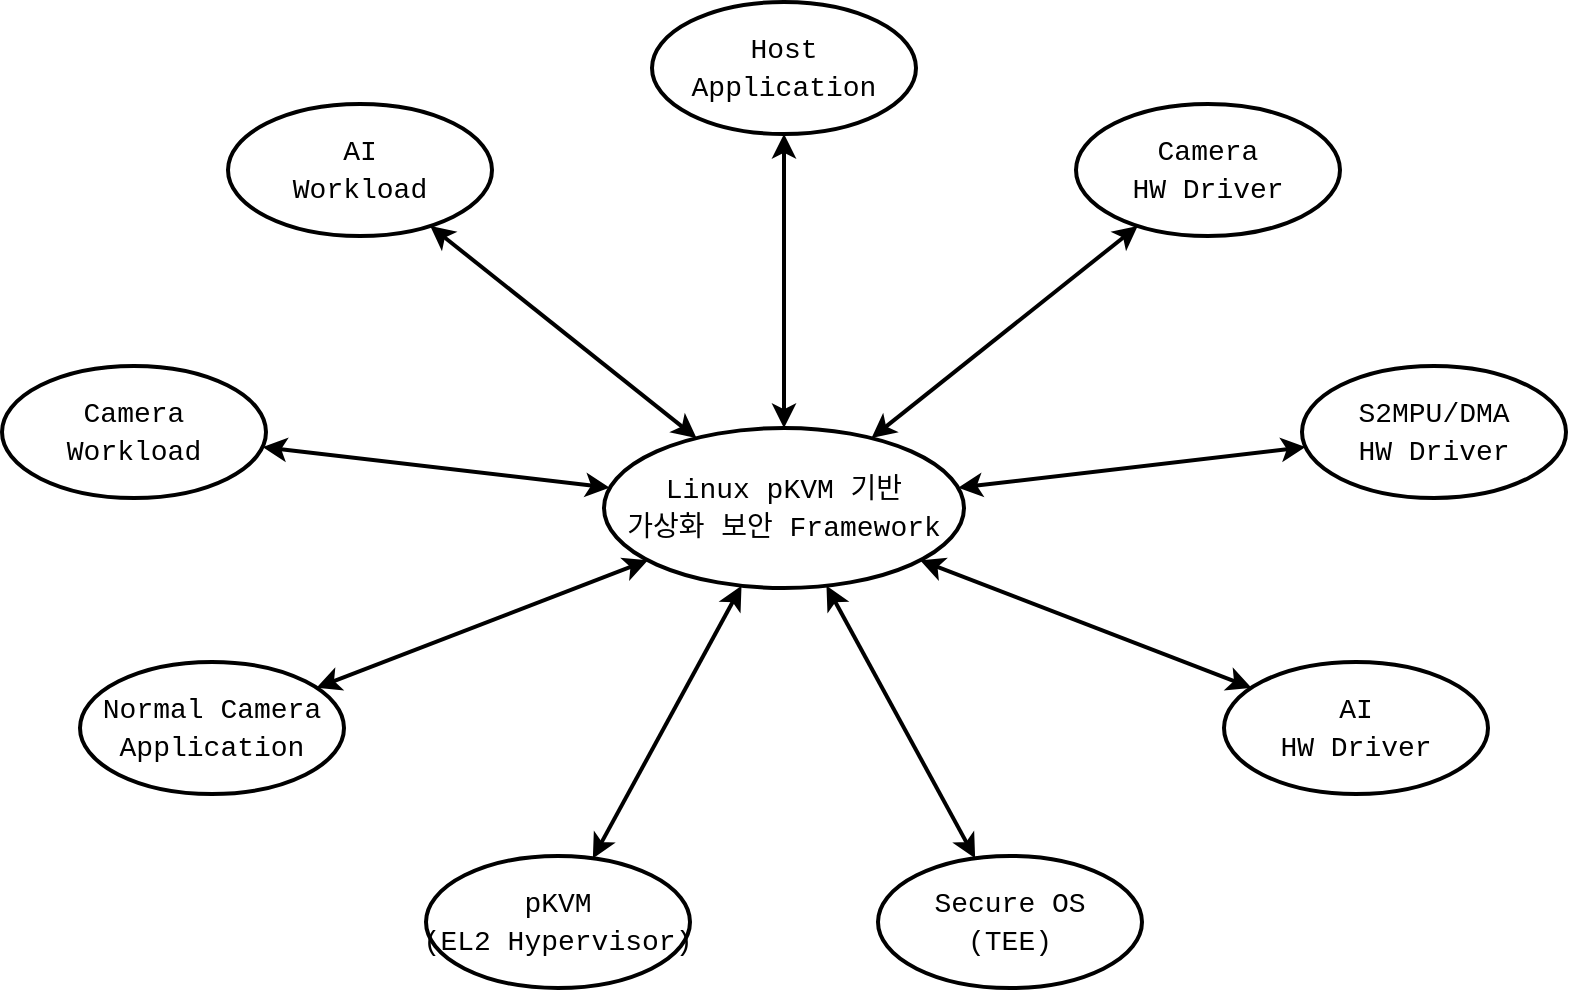
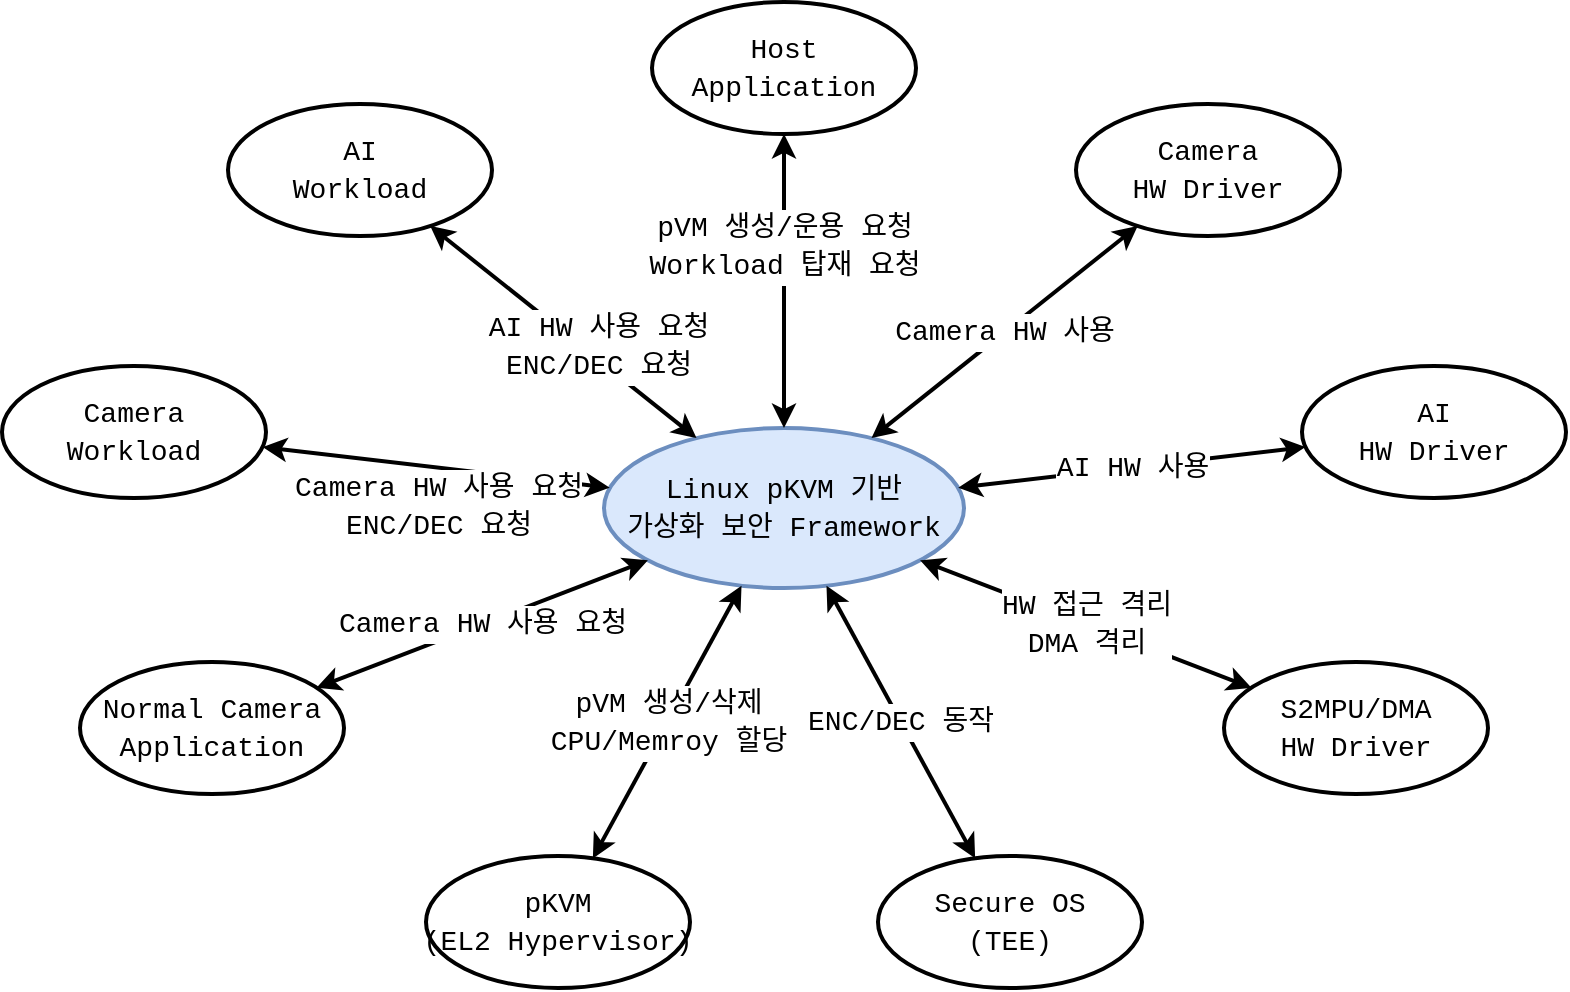
<mxfile host="Electron">
  <diagram name="페이지-1" id="O1gHUZku-QY6lvIbZebq">
-     <mxGraphModel dx="1030" dy="626" grid="1" gridSize="10" guides="1" tooltips="1" connect="1" arrows="1" fold="1" page="1" pageScale="1" pageWidth="827" pageHeight="1169" math="0" shadow="0">
+     <mxGraphModel dx="1857" dy="626" grid="1" gridSize="10" guides="1" tooltips="1" connect="1" arrows="1" fold="1" page="1" pageScale="1" pageWidth="827" pageHeight="1169" math="0" shadow="0">
      <root>
        <mxCell id="0" />
        <mxCell id="1" parent="0" />
-         <mxCell id="b8AGkRVXFjh6VU3dhigz-20" parent="1" style="ellipse;whiteSpace=wrap;html=1;fontColor=#000000;labelBackgroundColor=none;strokeWidth=2;" value="&lt;div style=&quot;font-family: Consolas, &amp;quot;Courier New&amp;quot;, monospace; font-size: 14px; line-height: 19px; white-space: pre;&quot;&gt;&lt;span style=&quot;&quot;&gt;Linux pKVM 기반&lt;/span&gt;&lt;/div&gt;&lt;div style=&quot;font-family: Consolas, &amp;quot;Courier New&amp;quot;, monospace; font-size: 14px; line-height: 19px; white-space: pre;&quot;&gt;&lt;span style=&quot;&quot;&gt;가상화 보안 Framework&lt;/span&gt;&lt;/div&gt; " vertex="1">
-           <mxGeometry height="80" width="180" x="543" y="271" as="geometry" />
+         <mxCell id="4VaNu6Nd6j_7xXFDt1pj-1" connectable="0" parent="1" style="group" value="" vertex="1">
+           <mxGeometry height="493" width="782" x="-20" y="400" as="geometry" />
        </mxCell>
-         <mxCell id="b8AGkRVXFjh6VU3dhigz-21" edge="1" parent="1" source="b8AGkRVXFjh6VU3dhigz-22" style="rounded=0;jettySize=auto;html=1;endArrow=classic;endFill=1;strokeWidth=2;startArrow=classic;startFill=1;entryX=0.500;entryY=0.000;entryDx=0;entryDy=0;entryPerimeter=0;exitX=0.500;exitY=1.000;exitDx=0;exitDy=0;exitPerimeter=0;" target="b8AGkRVXFjh6VU3dhigz-20">
+         <mxCell id="4VaNu6Nd6j_7xXFDt1pj-2" parent="4VaNu6Nd6j_7xXFDt1pj-1" style="ellipse;whiteSpace=wrap;html=1;labelBackgroundColor=none;strokeWidth=2;fillColor=#dae8fc;strokeColor=#6c8ebf;" value="&lt;div style=&quot;font-family: Consolas, &amp;quot;Courier New&amp;quot;, monospace; font-size: 14px; line-height: 19px; white-space: pre;&quot;&gt;&lt;span style=&quot;&quot;&gt;Linux pKVM 기반&lt;/span&gt;&lt;/div&gt;&lt;div style=&quot;font-family: Consolas, &amp;quot;Courier New&amp;quot;, monospace; font-size: 14px; line-height: 19px; white-space: pre;&quot;&gt;&lt;span style=&quot;&quot;&gt;가상화 보안 Framework&lt;/span&gt;&lt;/div&gt; " vertex="1">
+           <mxGeometry height="80" width="180" x="301" y="213" as="geometry" />
+         </mxCell>
+         <mxCell id="4VaNu6Nd6j_7xXFDt1pj-3" edge="1" parent="4VaNu6Nd6j_7xXFDt1pj-1" source="4VaNu6Nd6j_7xXFDt1pj-4" style="rounded=0;jettySize=auto;html=1;endArrow=classic;endFill=1;strokeWidth=2;startArrow=classic;startFill=1;entryX=0.500;entryY=0.000;entryDx=0;entryDy=0;entryPerimeter=0;exitX=0.500;exitY=1.000;exitDx=0;exitDy=0;exitPerimeter=0;" target="4VaNu6Nd6j_7xXFDt1pj-2" value="&lt;div style=&quot;color: rgb(0, 0, 0); background-color: rgb(255, 255, 255); font-family: Consolas, &amp;quot;Courier New&amp;quot;, monospace; font-weight: normal; font-size: 14px; line-height: 19px; white-space: pre;&quot;&gt;&lt;div&gt;&lt;span style=&quot;color: rgb(0, 0, 0);&quot;&gt;pVM 생성/운용 요청&lt;/span&gt;&lt;/div&gt;&lt;div&gt;&lt;span style=&quot;color: rgb(0, 0, 0);&quot;&gt;Workload 탑재 요청&lt;/span&gt;&lt;/div&gt;&lt;/div&gt;">
+           <mxGeometry relative="1" x="-0.2381" as="geometry">
+             <mxPoint as="offset" />
+           </mxGeometry>
+         </mxCell>
+         <mxCell id="4VaNu6Nd6j_7xXFDt1pj-4" parent="4VaNu6Nd6j_7xXFDt1pj-1" style="ellipse;whiteSpace=wrap;html=1;fontColor=#000000;labelBackgroundColor=none;strokeWidth=2;" value="&lt;div style=&quot;font-family: Consolas, &amp;quot;Courier New&amp;quot;, monospace; font-size: 14px; line-height: 19px; white-space: pre;&quot;&gt;&lt;div style=&quot;line-height: 19px;&quot;&gt;&lt;span style=&quot;&quot;&gt;Host&lt;/span&gt;&lt;/div&gt;&lt;div style=&quot;line-height: 19px;&quot;&gt;&lt;span style=&quot;&quot;&gt;Application&lt;/span&gt;&lt;/div&gt;&lt;/div&gt; " vertex="1">
+           <mxGeometry height="66" width="132" x="325" as="geometry" />
+         </mxCell>
+         <mxCell id="4VaNu6Nd6j_7xXFDt1pj-5" edge="1" parent="4VaNu6Nd6j_7xXFDt1pj-1" source="4VaNu6Nd6j_7xXFDt1pj-6" style="rounded=0;jettySize=auto;html=1;endArrow=classic;endFill=1;strokeWidth=2;startArrow=classic;startFill=1;entryX=0.257;entryY=0.063;entryDx=0;entryDy=0;entryPerimeter=0;exitX=0.766;exitY=0.924;exitDx=0;exitDy=0;exitPerimeter=0;" target="4VaNu6Nd6j_7xXFDt1pj-2" value="&lt;div style=&quot;color: rgb(0, 0, 0); background-color: rgb(255, 255, 255); font-family: Consolas, &amp;quot;Courier New&amp;quot;, monospace; font-weight: normal; font-size: 14px; line-height: 19px; white-space: pre;&quot;&gt;&lt;div&gt;&lt;span style=&quot;color: rgb(0, 0, 0);&quot;&gt;AI HW 사용 요청&lt;/span&gt;&lt;/div&gt;&lt;div&gt;&lt;span style=&quot;color: rgb(0, 0, 0);&quot;&gt;ENC/DEC 요청&lt;/span&gt;&lt;/div&gt;&lt;/div&gt;">
+           <mxGeometry relative="1" x="0.2103" y="5" as="geometry">
+             <mxPoint as="offset" />
+           </mxGeometry>
+         </mxCell>
+         <mxCell id="4VaNu6Nd6j_7xXFDt1pj-6" parent="4VaNu6Nd6j_7xXFDt1pj-1" style="ellipse;whiteSpace=wrap;html=1;fontColor=#000000;labelBackgroundColor=none;strokeWidth=2;" value="&lt;div style=&quot;font-family: Consolas, &amp;quot;Courier New&amp;quot;, monospace; font-size: 14px; line-height: 19px; white-space: pre;&quot;&gt;&lt;div style=&quot;line-height: 19px;&quot;&gt;&lt;div style=&quot;line-height: 19px;&quot;&gt;AI&lt;/div&gt;&lt;div style=&quot;line-height: 19px;&quot;&gt;&lt;span style=&quot;background-color: transparent; color: light-dark(rgb(0, 0, 0), rgb(237, 237, 237));&quot;&gt;Workload&lt;/span&gt;&lt;br&gt;&lt;/div&gt;&lt;/div&gt;&lt;/div&gt; " vertex="1">
+           <mxGeometry height="66" width="132" x="113" y="51" as="geometry" />
+         </mxCell>
+         <mxCell id="4VaNu6Nd6j_7xXFDt1pj-7" edge="1" parent="4VaNu6Nd6j_7xXFDt1pj-1" source="4VaNu6Nd6j_7xXFDt1pj-8" style="rounded=0;jettySize=auto;html=1;endArrow=classic;endFill=1;strokeWidth=2;startArrow=classic;startFill=1;entryX=0.382;entryY=0.986;entryDx=0;entryDy=0;entryPerimeter=0;exitX=0.632;exitY=0.018;exitDx=0;exitDy=0;exitPerimeter=0;" target="4VaNu6Nd6j_7xXFDt1pj-2" value="&lt;div style=&quot;color: rgb(0, 0, 0); background-color: rgb(255, 255, 255); font-family: Consolas, &amp;quot;Courier New&amp;quot;, monospace; font-weight: normal; font-size: 14px; line-height: 19px; white-space: pre;&quot;&gt;&lt;div&gt;&lt;span style=&quot;color: rgb(0, 0, 0);&quot;&gt;pVM 생성/삭제&lt;/span&gt;&lt;/div&gt;&lt;div&gt;&lt;span style=&quot;color: rgb(0, 0, 0);&quot;&gt;CPU/Memroy 할당&lt;/span&gt;&lt;/div&gt;&lt;/div&gt;">
          <mxGeometry relative="1" as="geometry" />
        </mxCell>
-         <mxCell id="b8AGkRVXFjh6VU3dhigz-22" parent="1" style="ellipse;whiteSpace=wrap;html=1;fontColor=#000000;labelBackgroundColor=none;strokeWidth=2;" value="&lt;div style=&quot;font-family: Consolas, &amp;quot;Courier New&amp;quot;, monospace; font-size: 14px; line-height: 19px; white-space: pre;&quot;&gt;&lt;div style=&quot;line-height: 19px;&quot;&gt;&lt;span style=&quot;&quot;&gt;Host&lt;/span&gt;&lt;/div&gt;&lt;div style=&quot;line-height: 19px;&quot;&gt;&lt;span style=&quot;&quot;&gt;Application&lt;/span&gt;&lt;/div&gt;&lt;/div&gt; " vertex="1">
-           <mxGeometry height="66" width="132" x="567" y="58" as="geometry" />
+         <mxCell id="4VaNu6Nd6j_7xXFDt1pj-8" parent="4VaNu6Nd6j_7xXFDt1pj-1" style="ellipse;whiteSpace=wrap;html=1;fontColor=#000000;fillColor=default;labelBackgroundColor=none;strokeWidth=2;" value="&lt;div style=&quot;font-family: Consolas, &amp;quot;Courier New&amp;quot;, monospace; font-size: 14px; line-height: 19px; white-space: pre;&quot;&gt;&lt;div style=&quot;line-height: 19px;&quot;&gt;&lt;div style=&quot;line-height: 19px;&quot;&gt;&lt;div style=&quot;line-height: 19px;&quot;&gt;&lt;div style=&quot;line-height: 19px;&quot;&gt;pKVM&lt;/div&gt;&lt;div style=&quot;line-height: 19px;&quot;&gt;(EL2 Hypervisor)&lt;/div&gt;&lt;/div&gt;&lt;/div&gt;&lt;/div&gt;&lt;/div&gt; " vertex="1">
+           <mxGeometry height="66" width="132" x="212" y="427" as="geometry" />
        </mxCell>
-         <mxCell id="b8AGkRVXFjh6VU3dhigz-23" edge="1" parent="1" source="b8AGkRVXFjh6VU3dhigz-24" style="rounded=0;jettySize=auto;html=1;endArrow=classic;endFill=1;strokeWidth=2;startArrow=classic;startFill=1;entryX=0.257;entryY=0.063;entryDx=0;entryDy=0;entryPerimeter=0;exitX=0.766;exitY=0.924;exitDx=0;exitDy=0;exitPerimeter=0;" target="b8AGkRVXFjh6VU3dhigz-20">
+         <mxCell id="4VaNu6Nd6j_7xXFDt1pj-9" parent="4VaNu6Nd6j_7xXFDt1pj-1" style="ellipse;whiteSpace=wrap;html=1;fontColor=#000000;fillColor=default;labelBackgroundColor=none;strokeWidth=2;" value="&lt;div style=&quot;font-family: Consolas, &amp;quot;Courier New&amp;quot;, monospace; font-size: 14px; line-height: 19px; white-space: pre;&quot;&gt;&lt;div style=&quot;line-height: 19px;&quot;&gt;&lt;div style=&quot;line-height: 19px;&quot;&gt;&lt;div style=&quot;line-height: 19px;&quot;&gt;&lt;div style=&quot;line-height: 19px;&quot;&gt;&lt;div style=&quot;background-color: rgb(255, 255, 255); line-height: 19px;&quot;&gt;Camera&lt;/div&gt;&lt;div style=&quot;background-color: rgb(255, 255, 255); line-height: 19px;&quot;&gt;HW Driver&lt;/div&gt;&lt;/div&gt;&lt;/div&gt;&lt;/div&gt;&lt;/div&gt;&lt;/div&gt; " vertex="1">
+           <mxGeometry height="66" width="132" x="537" y="51" as="geometry" />
+         </mxCell>
+         <mxCell id="4VaNu6Nd6j_7xXFDt1pj-10" edge="1" parent="4VaNu6Nd6j_7xXFDt1pj-1" source="4VaNu6Nd6j_7xXFDt1pj-11" style="rounded=0;jettySize=auto;html=1;endArrow=classic;endFill=1;strokeWidth=2;startArrow=classic;startFill=1;entryX=0.984;entryY=0.373;entryDx=0;entryDy=0;entryPerimeter=0;exitX=0.013;exitY=0.614;exitDx=0;exitDy=0;exitPerimeter=0;" target="4VaNu6Nd6j_7xXFDt1pj-2" value="&lt;div style=&quot;color: rgb(0, 0, 0); background-color: rgb(255, 255, 255); font-family: Consolas, &amp;quot;Courier New&amp;quot;, monospace; font-weight: normal; font-size: 14px; line-height: 19px; white-space: pre;&quot;&gt;&lt;div&gt;&lt;span style=&quot;color: rgb(0, 0, 0);&quot;&gt;AI HW 사용&lt;/span&gt;&lt;/div&gt;&lt;/div&gt;">
          <mxGeometry relative="1" as="geometry" />
        </mxCell>
-         <mxCell id="b8AGkRVXFjh6VU3dhigz-24" parent="1" style="ellipse;whiteSpace=wrap;html=1;fontColor=#000000;labelBackgroundColor=none;strokeWidth=2;" value="&lt;div style=&quot;font-family: Consolas, &amp;quot;Courier New&amp;quot;, monospace; font-size: 14px; line-height: 19px; white-space: pre;&quot;&gt;&lt;div style=&quot;line-height: 19px;&quot;&gt;&lt;div style=&quot;line-height: 19px;&quot;&gt;AI&lt;/div&gt;&lt;div style=&quot;line-height: 19px;&quot;&gt;&lt;span style=&quot;background-color: transparent; color: light-dark(rgb(0, 0, 0), rgb(237, 237, 237));&quot;&gt;Workload&lt;/span&gt;&lt;br&gt;&lt;/div&gt;&lt;/div&gt;&lt;/div&gt; " vertex="1">
-           <mxGeometry height="66" width="132" x="355" y="109" as="geometry" />
+         <mxCell id="4VaNu6Nd6j_7xXFDt1pj-11" parent="4VaNu6Nd6j_7xXFDt1pj-1" style="ellipse;whiteSpace=wrap;html=1;fontColor=#000000;fillColor=default;labelBackgroundColor=none;strokeWidth=2;" value="&lt;div style=&quot;font-family: Consolas, &amp;quot;Courier New&amp;quot;, monospace; font-size: 14px; line-height: 19px; white-space: pre;&quot;&gt;&lt;div style=&quot;line-height: 19px;&quot;&gt;&lt;div style=&quot;line-height: 19px;&quot;&gt;&lt;div style=&quot;line-height: 19px;&quot;&gt;&lt;div style=&quot;line-height: 19px;&quot;&gt;&lt;div style=&quot;line-height: 19px;&quot;&gt;&lt;div style=&quot;line-height: 19px;&quot;&gt;&lt;div style=&quot;line-height: 19px;&quot;&gt;AI&lt;/div&gt;&lt;div style=&quot;line-height: 19px;&quot;&gt;&lt;span style=&quot;color: light-dark(rgb(0, 0, 0), rgb(237, 237, 237));&quot;&gt;HW Driver&lt;/span&gt;&lt;/div&gt;&lt;/div&gt;&lt;/div&gt;&lt;/div&gt;&lt;/div&gt;&lt;/div&gt;&lt;/div&gt;&lt;/div&gt; " vertex="1">
+           <mxGeometry height="66" width="132" x="650" y="182" as="geometry" />
        </mxCell>
-         <mxCell id="b8AGkRVXFjh6VU3dhigz-25" edge="1" parent="1" source="b8AGkRVXFjh6VU3dhigz-26" style="rounded=0;jettySize=auto;html=1;endArrow=classic;endFill=1;strokeWidth=2;startArrow=classic;startFill=1;entryX=0.382;entryY=0.986;entryDx=0;entryDy=0;entryPerimeter=0;exitX=0.632;exitY=0.018;exitDx=0;exitDy=0;exitPerimeter=0;" target="b8AGkRVXFjh6VU3dhigz-20">
+         <mxCell id="4VaNu6Nd6j_7xXFDt1pj-12" edge="1" parent="4VaNu6Nd6j_7xXFDt1pj-1" source="4VaNu6Nd6j_7xXFDt1pj-13" style="rounded=0;jettySize=auto;html=1;endArrow=classic;endFill=1;strokeWidth=2;startArrow=classic;startFill=1;entryX=0.878;entryY=0.827;entryDx=0;entryDy=0;entryPerimeter=0;exitX=0.104;exitY=0.195;exitDx=0;exitDy=0;exitPerimeter=0;" target="4VaNu6Nd6j_7xXFDt1pj-2" value="&lt;br&gt;&lt;div style=&quot;color: rgb(0, 0, 0); background-color: rgb(255, 255, 255); font-family: Consolas, &amp;quot;Courier New&amp;quot;, monospace; font-weight: normal; font-size: 14px; line-height: 19px; white-space: pre;&quot;&gt;&lt;div&gt;&lt;span style=&quot;color: rgb(0, 0, 0);&quot;&gt;HW 접근 격리&lt;/span&gt;&lt;/div&gt;&lt;div&gt;&lt;span style=&quot;color: rgb(0, 0, 0);&quot;&gt;DMA 격리&lt;/span&gt;&lt;/div&gt;&lt;/div&gt;&lt;div&gt;&lt;br/&gt;&lt;/div&gt;">
          <mxGeometry relative="1" as="geometry" />
        </mxCell>
-         <mxCell id="b8AGkRVXFjh6VU3dhigz-26" parent="1" style="ellipse;whiteSpace=wrap;html=1;fontColor=#000000;fillColor=default;labelBackgroundColor=none;strokeWidth=2;" value="&lt;div style=&quot;font-family: Consolas, &amp;quot;Courier New&amp;quot;, monospace; font-size: 14px; line-height: 19px; white-space: pre;&quot;&gt;&lt;div style=&quot;line-height: 19px;&quot;&gt;&lt;div style=&quot;line-height: 19px;&quot;&gt;&lt;div style=&quot;line-height: 19px;&quot;&gt;&lt;div style=&quot;line-height: 19px;&quot;&gt;pKVM&lt;/div&gt;&lt;div style=&quot;line-height: 19px;&quot;&gt;(EL2 Hypervisor)&lt;/div&gt;&lt;/div&gt;&lt;/div&gt;&lt;/div&gt;&lt;/div&gt; " vertex="1">
-           <mxGeometry height="66" width="132" x="454" y="485" as="geometry" />
+         <mxCell id="4VaNu6Nd6j_7xXFDt1pj-13" parent="4VaNu6Nd6j_7xXFDt1pj-1" style="ellipse;whiteSpace=wrap;html=1;fontColor=#000000;fillColor=default;labelBackgroundColor=none;strokeWidth=2;" value="&lt;div style=&quot;forced-color-adjust: none; color: rgb(0, 0, 0); font-family: Consolas, &amp;quot;Courier New&amp;quot;, monospace; font-size: 14px; font-style: normal; font-variant-ligatures: normal; font-variant-caps: normal; font-weight: 400; letter-spacing: normal; orphans: 2; text-align: center; text-indent: 0px; text-transform: none; widows: 2; word-spacing: 0px; -webkit-text-stroke-width: 0px; white-space: pre; text-decoration-thickness: initial; text-decoration-style: initial; text-decoration-color: initial; background-color: light-dark(rgb(255, 255, 255), rgb(18, 18, 18)); line-height: 19px;&quot;&gt;S2MPU/DMA&lt;/div&gt;&lt;div style=&quot;forced-color-adjust: none; color: rgb(0, 0, 0); font-family: Consolas, &amp;quot;Courier New&amp;quot;, monospace; font-size: 14px; font-style: normal; font-variant-ligatures: normal; font-variant-caps: normal; font-weight: 400; letter-spacing: normal; orphans: 2; text-align: center; text-indent: 0px; text-transform: none; widows: 2; word-spacing: 0px; -webkit-text-stroke-width: 0px; white-space: pre; text-decoration-thickness: initial; text-decoration-style: initial; text-decoration-color: initial; background-color: light-dark(rgb(255, 255, 255), rgb(18, 18, 18)); line-height: 19px;&quot;&gt;HW Driver&lt;/div&gt;" vertex="1">
+           <mxGeometry height="66" width="132" x="611" y="330" as="geometry" />
        </mxCell>
-         <mxCell id="b8AGkRVXFjh6VU3dhigz-27" parent="1" style="ellipse;whiteSpace=wrap;html=1;fontColor=#000000;fillColor=default;labelBackgroundColor=none;strokeWidth=2;" value="&lt;div style=&quot;font-family: Consolas, &amp;quot;Courier New&amp;quot;, monospace; font-size: 14px; line-height: 19px; white-space: pre;&quot;&gt;&lt;div style=&quot;line-height: 19px;&quot;&gt;&lt;div style=&quot;line-height: 19px;&quot;&gt;&lt;div style=&quot;line-height: 19px;&quot;&gt;&lt;div style=&quot;line-height: 19px;&quot;&gt;&lt;div style=&quot;background-color: rgb(255, 255, 255); line-height: 19px;&quot;&gt;Camera&lt;/div&gt;&lt;div style=&quot;background-color: rgb(255, 255, 255); line-height: 19px;&quot;&gt;HW Driver&lt;/div&gt;&lt;/div&gt;&lt;/div&gt;&lt;/div&gt;&lt;/div&gt;&lt;/div&gt; " vertex="1">
-           <mxGeometry height="66" width="132" x="779" y="109" as="geometry" />
-         </mxCell>
-         <mxCell id="b8AGkRVXFjh6VU3dhigz-28" edge="1" parent="1" source="b8AGkRVXFjh6VU3dhigz-29" style="rounded=0;jettySize=auto;html=1;endArrow=classic;endFill=1;strokeWidth=2;startArrow=classic;startFill=1;entryX=0.984;entryY=0.373;entryDx=0;entryDy=0;entryPerimeter=0;exitX=0.013;exitY=0.614;exitDx=0;exitDy=0;exitPerimeter=0;" target="b8AGkRVXFjh6VU3dhigz-20">
+         <mxCell id="4VaNu6Nd6j_7xXFDt1pj-14" edge="1" parent="4VaNu6Nd6j_7xXFDt1pj-1" source="4VaNu6Nd6j_7xXFDt1pj-15" style="rounded=0;jettySize=auto;html=1;endArrow=classic;endFill=1;strokeWidth=2;startArrow=classic;startFill=1;entryX=0.122;entryY=0.827;entryDx=0;entryDy=0;entryPerimeter=0;exitX=0.896;exitY=0.195;exitDx=0;exitDy=0;exitPerimeter=0;" target="4VaNu6Nd6j_7xXFDt1pj-2" value="&lt;div style=&quot;color: rgb(0, 0, 0); background-color: rgb(255, 255, 255); font-family: Consolas, &amp;quot;Courier New&amp;quot;, monospace; font-weight: normal; font-size: 14px; line-height: 19px; white-space: pre;&quot;&gt;&lt;div&gt;&lt;span style=&quot;color: rgb(0, 0, 0);&quot;&gt;Camera HW 사용 요청&lt;/span&gt;&lt;/div&gt;&lt;/div&gt;">
          <mxGeometry relative="1" as="geometry" />
        </mxCell>
-         <mxCell id="b8AGkRVXFjh6VU3dhigz-29" parent="1" style="ellipse;whiteSpace=wrap;html=1;fontColor=#000000;fillColor=default;labelBackgroundColor=none;strokeWidth=2;" value="&lt;div style=&quot;font-family: Consolas, &amp;quot;Courier New&amp;quot;, monospace; font-size: 14px; line-height: 19px; white-space: pre;&quot;&gt;&lt;div style=&quot;line-height: 19px;&quot;&gt;&lt;div style=&quot;line-height: 19px;&quot;&gt;&lt;div style=&quot;line-height: 19px;&quot;&gt;&lt;div style=&quot;line-height: 19px;&quot;&gt;&lt;div style=&quot;background-color: rgb(255, 255, 255); line-height: 19px;&quot;&gt;&lt;div style=&quot;line-height: 19px;&quot;&gt;&lt;div style=&quot;background-color: rgb(255, 255, 255); line-height: 19px;&quot;&gt;S2MPU/DMA&lt;/div&gt;&lt;div style=&quot;background-color: rgb(255, 255, 255); line-height: 19px;&quot;&gt;HW Driver&lt;/div&gt;&lt;/div&gt;&lt;/div&gt;&lt;/div&gt;&lt;/div&gt;&lt;/div&gt;&lt;/div&gt;&lt;/div&gt; " vertex="1">
-           <mxGeometry height="66" width="132" x="892" y="240" as="geometry" />
+         <mxCell id="4VaNu6Nd6j_7xXFDt1pj-15" parent="4VaNu6Nd6j_7xXFDt1pj-1" style="ellipse;whiteSpace=wrap;html=1;fontColor=#000000;labelBackgroundColor=none;strokeWidth=2;" value="&lt;div style=&quot;font-family: Consolas, &amp;quot;Courier New&amp;quot;, monospace; font-size: 14px; line-height: 19px; white-space: pre;&quot;&gt;&lt;div style=&quot;line-height: 19px;&quot;&gt;&lt;div style=&quot;line-height: 19px;&quot;&gt;&lt;div style=&quot;line-height: 19px;&quot;&gt;&lt;div style=&quot;line-height: 19px;&quot;&gt;Normal Camera&lt;/div&gt;&lt;div style=&quot;line-height: 19px;&quot;&gt;Application&lt;/div&gt;&lt;/div&gt;&lt;/div&gt;&lt;/div&gt;&lt;/div&gt; " vertex="1">
+           <mxGeometry height="66" width="132" x="39" y="330" as="geometry" />
        </mxCell>
-         <mxCell id="b8AGkRVXFjh6VU3dhigz-30" edge="1" parent="1" source="b8AGkRVXFjh6VU3dhigz-31" style="rounded=0;jettySize=auto;html=1;endArrow=classic;endFill=1;strokeWidth=2;startArrow=classic;startFill=1;entryX=0.878;entryY=0.827;entryDx=0;entryDy=0;entryPerimeter=0;exitX=0.104;exitY=0.195;exitDx=0;exitDy=0;exitPerimeter=0;" target="b8AGkRVXFjh6VU3dhigz-20">
+         <mxCell id="4VaNu6Nd6j_7xXFDt1pj-16" edge="1" parent="4VaNu6Nd6j_7xXFDt1pj-1" source="4VaNu6Nd6j_7xXFDt1pj-17" style="rounded=0;jettySize=auto;html=1;endArrow=classic;endFill=1;strokeWidth=2;startArrow=classic;startFill=1;entryX=0.618;entryY=0.986;entryDx=0;entryDy=0;entryPerimeter=0;exitX=0.368;exitY=0.018;exitDx=0;exitDy=0;exitPerimeter=0;" target="4VaNu6Nd6j_7xXFDt1pj-2" value="&lt;div style=&quot;color: rgb(0, 0, 0); background-color: rgb(255, 255, 255); font-family: Consolas, &amp;quot;Courier New&amp;quot;, monospace; font-weight: normal; font-size: 14px; line-height: 19px; white-space: pre;&quot;&gt;&lt;div&gt;&lt;span style=&quot;color: rgb(0, 0, 0);&quot;&gt;ENC/DEC 동작&lt;/span&gt;&lt;/div&gt;&lt;/div&gt;">
          <mxGeometry relative="1" as="geometry" />
        </mxCell>
-         <mxCell id="b8AGkRVXFjh6VU3dhigz-31" parent="1" style="ellipse;whiteSpace=wrap;html=1;fontColor=#000000;fillColor=default;labelBackgroundColor=none;strokeWidth=2;" value="&lt;div style=&quot;font-family: Consolas, &amp;quot;Courier New&amp;quot;, monospace; font-size: 14px; line-height: 19px; white-space: pre;&quot;&gt;&lt;div style=&quot;line-height: 19px;&quot;&gt;&lt;div style=&quot;line-height: 19px;&quot;&gt;&lt;div style=&quot;line-height: 19px;&quot;&gt;&lt;div style=&quot;line-height: 19px;&quot;&gt;&lt;div style=&quot;line-height: 19px;&quot;&gt;AI&lt;/div&gt;&lt;div style=&quot;background-color: rgb(255, 255, 255); line-height: 19px;&quot;&gt;&lt;span style=&quot;background-color: transparent; color: light-dark(rgb(0, 0, 0), rgb(237, 237, 237));&quot;&gt;HW Driver&lt;/span&gt;&lt;br&gt;&lt;/div&gt;&lt;/div&gt;&lt;/div&gt;&lt;/div&gt;&lt;/div&gt;&lt;/div&gt; " vertex="1">
-           <mxGeometry height="66" width="132" x="853" y="388" as="geometry" />
+         <mxCell id="4VaNu6Nd6j_7xXFDt1pj-17" parent="4VaNu6Nd6j_7xXFDt1pj-1" style="ellipse;whiteSpace=wrap;html=1;fontColor=#000000;fillColor=default;labelBackgroundColor=none;strokeWidth=2;" value="&lt;div style=&quot;font-family: Consolas, &amp;quot;Courier New&amp;quot;, monospace; font-size: 14px; line-height: 19px; white-space: pre;&quot;&gt;&lt;div style=&quot;line-height: 19px;&quot;&gt;&lt;div style=&quot;line-height: 19px;&quot;&gt;&lt;div style=&quot;line-height: 19px;&quot;&gt;&lt;div style=&quot;line-height: 19px;&quot;&gt;&lt;div style=&quot;background-color: rgb(255, 255, 255); line-height: 19px;&quot;&gt;&lt;div style=&quot;line-height: 19px;&quot;&gt;Secure OS&lt;/div&gt;&lt;div style=&quot;line-height: 19px;&quot;&gt;(TEE)&lt;/div&gt;&lt;/div&gt;&lt;/div&gt;&lt;/div&gt;&lt;/div&gt;&lt;/div&gt;&lt;/div&gt; " vertex="1">
+           <mxGeometry height="66" width="132" x="438" y="427" as="geometry" />
        </mxCell>
-         <mxCell id="b8AGkRVXFjh6VU3dhigz-32" edge="1" parent="1" source="b8AGkRVXFjh6VU3dhigz-33" style="rounded=0;jettySize=auto;html=1;endArrow=classic;endFill=1;strokeWidth=2;startArrow=classic;startFill=1;entryX=0.122;entryY=0.827;entryDx=0;entryDy=0;entryPerimeter=0;exitX=0.896;exitY=0.195;exitDx=0;exitDy=0;exitPerimeter=0;" target="b8AGkRVXFjh6VU3dhigz-20">
-           <mxGeometry relative="1" as="geometry" />
+         <mxCell id="4VaNu6Nd6j_7xXFDt1pj-18" edge="1" parent="4VaNu6Nd6j_7xXFDt1pj-1" source="4VaNu6Nd6j_7xXFDt1pj-19" style="rounded=0;jettySize=auto;html=1;endArrow=classic;endFill=1;strokeWidth=2;startArrow=classic;startFill=1;entryX=0.016;entryY=0.373;entryDx=0;entryDy=0;entryPerimeter=0;exitX=0.987;exitY=0.614;exitDx=0;exitDy=0;exitPerimeter=0;" target="4VaNu6Nd6j_7xXFDt1pj-2" value="&lt;div style=&quot;color: rgb(0, 0, 0); background-color: rgb(255, 255, 255); font-family: Consolas, &amp;quot;Courier New&amp;quot;, monospace; font-weight: normal; font-size: 14px; line-height: 19px; white-space: pre;&quot;&gt;&lt;div&gt;&lt;span style=&quot;color: rgb(0, 0, 0);&quot;&gt;Camera HW 사용 요청&lt;/span&gt;&lt;/div&gt;&lt;div&gt;&lt;span style=&quot;color: rgb(0, 0, 0);&quot;&gt;ENC/DEC 요청&lt;/span&gt;&lt;/div&gt;&lt;/div&gt;">
+           <mxGeometry relative="1" x="0.0361" y="-19" as="geometry">
+             <mxPoint as="offset" />
+           </mxGeometry>
        </mxCell>
-         <mxCell id="b8AGkRVXFjh6VU3dhigz-33" parent="1" style="ellipse;whiteSpace=wrap;html=1;fontColor=#000000;labelBackgroundColor=none;strokeWidth=2;" value="&lt;div style=&quot;font-family: Consolas, &amp;quot;Courier New&amp;quot;, monospace; font-size: 14px; line-height: 19px; white-space: pre;&quot;&gt;&lt;div style=&quot;line-height: 19px;&quot;&gt;&lt;div style=&quot;line-height: 19px;&quot;&gt;&lt;div style=&quot;line-height: 19px;&quot;&gt;&lt;div style=&quot;line-height: 19px;&quot;&gt;Normal Camera&lt;/div&gt;&lt;div style=&quot;line-height: 19px;&quot;&gt;Application&lt;/div&gt;&lt;/div&gt;&lt;/div&gt;&lt;/div&gt;&lt;/div&gt; " vertex="1">
-           <mxGeometry height="66" width="132" x="281" y="388" as="geometry" />
+         <mxCell id="4VaNu6Nd6j_7xXFDt1pj-19" parent="4VaNu6Nd6j_7xXFDt1pj-1" style="ellipse;whiteSpace=wrap;html=1;fontColor=#000000;labelBackgroundColor=none;strokeWidth=2;" value="&lt;div style=&quot;font-family: Consolas, &amp;quot;Courier New&amp;quot;, monospace; font-size: 14px; line-height: 19px; white-space: pre;&quot;&gt;&lt;div style=&quot;line-height: 19px;&quot;&gt;&lt;div style=&quot;line-height: 19px;&quot;&gt;&lt;div style=&quot;line-height: 19px;&quot;&gt;Camera&lt;/div&gt;&lt;div style=&quot;line-height: 19px;&quot;&gt;Workload&lt;/div&gt;&lt;/div&gt;&lt;/div&gt;&lt;/div&gt; " vertex="1">
+           <mxGeometry height="66" width="132" y="182" as="geometry" />
        </mxCell>
-         <mxCell id="b8AGkRVXFjh6VU3dhigz-34" edge="1" parent="1" source="b8AGkRVXFjh6VU3dhigz-35" style="rounded=0;jettySize=auto;html=1;endArrow=classic;endFill=1;strokeWidth=2;startArrow=classic;startFill=1;entryX=0.618;entryY=0.986;entryDx=0;entryDy=0;entryPerimeter=0;exitX=0.368;exitY=0.018;exitDx=0;exitDy=0;exitPerimeter=0;" target="b8AGkRVXFjh6VU3dhigz-20">
-           <mxGeometry relative="1" as="geometry" />
-         </mxCell>
-         <mxCell id="b8AGkRVXFjh6VU3dhigz-35" parent="1" style="ellipse;whiteSpace=wrap;html=1;fontColor=#000000;fillColor=default;labelBackgroundColor=none;strokeWidth=2;" value="&lt;div style=&quot;font-family: Consolas, &amp;quot;Courier New&amp;quot;, monospace; font-size: 14px; line-height: 19px; white-space: pre;&quot;&gt;&lt;div style=&quot;line-height: 19px;&quot;&gt;&lt;div style=&quot;line-height: 19px;&quot;&gt;&lt;div style=&quot;line-height: 19px;&quot;&gt;&lt;div style=&quot;line-height: 19px;&quot;&gt;&lt;div style=&quot;background-color: rgb(255, 255, 255); line-height: 19px;&quot;&gt;&lt;div style=&quot;line-height: 19px;&quot;&gt;Secure OS&lt;/div&gt;&lt;div style=&quot;line-height: 19px;&quot;&gt;(TEE)&lt;/div&gt;&lt;/div&gt;&lt;/div&gt;&lt;/div&gt;&lt;/div&gt;&lt;/div&gt;&lt;/div&gt; " vertex="1">
-           <mxGeometry height="66" width="132" x="680" y="485" as="geometry" />
-         </mxCell>
-         <mxCell id="b8AGkRVXFjh6VU3dhigz-36" edge="1" parent="1" source="b8AGkRVXFjh6VU3dhigz-37" style="rounded=0;jettySize=auto;html=1;endArrow=classic;endFill=1;strokeWidth=2;startArrow=classic;startFill=1;entryX=0.016;entryY=0.373;entryDx=0;entryDy=0;entryPerimeter=0;exitX=0.987;exitY=0.614;exitDx=0;exitDy=0;exitPerimeter=0;" target="b8AGkRVXFjh6VU3dhigz-20">
-           <mxGeometry relative="1" as="geometry" />
-         </mxCell>
-         <mxCell id="b8AGkRVXFjh6VU3dhigz-37" parent="1" style="ellipse;whiteSpace=wrap;html=1;fontColor=#000000;labelBackgroundColor=none;strokeWidth=2;" value="&lt;div style=&quot;font-family: Consolas, &amp;quot;Courier New&amp;quot;, monospace; font-size: 14px; line-height: 19px; white-space: pre;&quot;&gt;&lt;div style=&quot;line-height: 19px;&quot;&gt;&lt;div style=&quot;line-height: 19px;&quot;&gt;&lt;div style=&quot;line-height: 19px;&quot;&gt;Camera&lt;/div&gt;&lt;div style=&quot;line-height: 19px;&quot;&gt;Workload&lt;/div&gt;&lt;/div&gt;&lt;/div&gt;&lt;/div&gt; " vertex="1">
-           <mxGeometry height="66" width="132" x="242" y="240" as="geometry" />
-         </mxCell>
-         <mxCell id="b8AGkRVXFjh6VU3dhigz-38" edge="1" parent="1" source="b8AGkRVXFjh6VU3dhigz-27" style="rounded=0;jettySize=auto;html=1;endArrow=classic;endFill=1;strokeWidth=2;startArrow=classic;startFill=1;entryX=0.743;entryY=0.063;entryDx=0;entryDy=0;entryPerimeter=0;exitX=0.234;exitY=0.924;exitDx=0;exitDy=0;exitPerimeter=0;" target="b8AGkRVXFjh6VU3dhigz-20">
+         <mxCell id="4VaNu6Nd6j_7xXFDt1pj-20" edge="1" parent="4VaNu6Nd6j_7xXFDt1pj-1" source="4VaNu6Nd6j_7xXFDt1pj-9" style="rounded=0;jettySize=auto;html=1;endArrow=classic;endFill=1;strokeWidth=2;startArrow=classic;startFill=1;entryX=0.743;entryY=0.063;entryDx=0;entryDy=0;entryPerimeter=0;exitX=0.234;exitY=0.924;exitDx=0;exitDy=0;exitPerimeter=0;" target="4VaNu6Nd6j_7xXFDt1pj-2" value="&lt;div style=&quot;color: rgb(0, 0, 0); background-color: rgb(255, 255, 255); font-family: Consolas, &amp;quot;Courier New&amp;quot;, monospace; font-weight: normal; font-size: 14px; line-height: 19px; white-space: pre;&quot;&gt;&lt;div&gt;&lt;span style=&quot;color: rgb(0, 0, 0);&quot;&gt;Camera HW 사용&lt;/span&gt;&lt;/div&gt;&lt;/div&gt;">
          <mxGeometry relative="1" as="geometry" />
        </mxCell>
      </root>
    </mxGraphModel>
  </diagram>
</mxfile>
